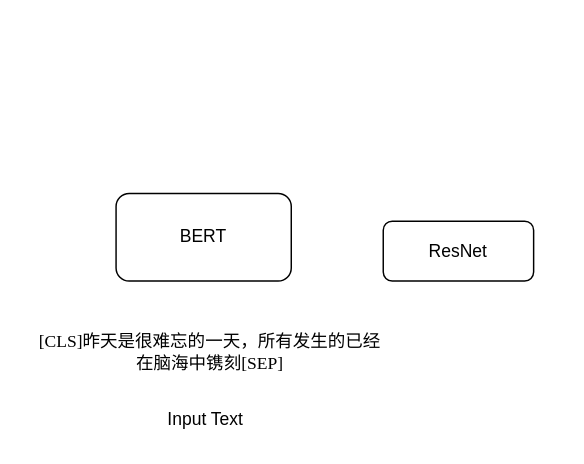
The draw.io diagram 模型架构图.drawio in WindSearcher/draw_reposity, before the edit. Source tidied: cells renumbered, new cells numbered last; positions are measured from the earlier drawing's top-left corner, leaving out a move shared by most shapes. Both pictures are drawn from the tidied source at 146%, with x=0, y=0 at pixel (25, 193). Pictures stored in the file or linked from it are replaced by grey dashed boxes.
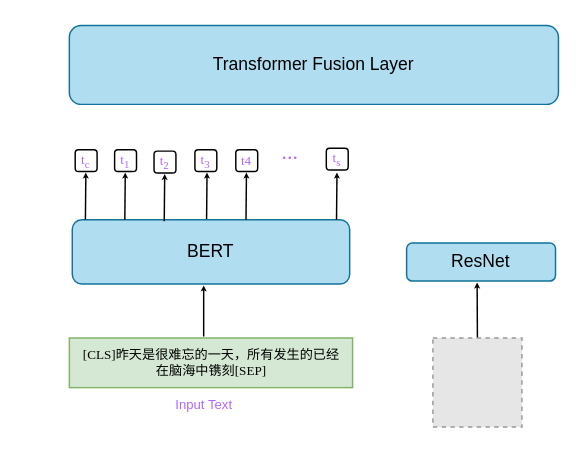
After the change.

Commit message:
模型架构图.drawio

Change to the diagram source:
```diff
@@
+    <mxCell id="6" style="edgeStyle=orthogonalEdgeStyle;rounded=0;jumpSize=1;orthogonalLoop=1;jettySize=auto;html=1;exitX=0.5;exitY=0;exitDx=0;exitDy=0;fontFamily=Times New Roman;fontSize=15;fontColor=#B266FF;startSize=1;endSize=1;" parent="1" edge="1">
+      <mxGeometry relative="1" as="geometry">
+        <mxPoint x="124" y="18" as="sourcePoint" />
+        <mxPoint x="124.3" y="-14.3" as="targetPoint" />
+      </mxGeometry>
+    </mxCell>
-    <mxCell id="2" value="BERT" style="rounded=1;whiteSpace=wrap;html=1;" parent="1" vertex="1">
-      <mxGeometry x="62" width="120" height="60" as="geometry" />
+    <mxCell id="2" value="BERT" style="rounded=1;whiteSpace=wrap;html=1;fillColor=#b1ddf0;strokeColor=#10739e;" parent="1" vertex="1">
+      <mxGeometry x="32" y="18" width="190" height="44" as="geometry" />
     </mxCell>
-    <mxCell id="3" value="ResNet" style="rounded=1;whiteSpace=wrap;html=1;" parent="1" vertex="1">
-      <mxGeometry x="245" y="19" width="103" height="41" as="geometry" />
+    <mxCell id="3" value="ResNet" style="rounded=1;whiteSpace=wrap;html=1;fillColor=#b1ddf0;strokeColor=#10739e;" parent="1" vertex="1">
+      <mxGeometry x="261" y="34" width="102" height="26" as="geometry" />
     </mxCell>
+    <mxCell id="7" style="edgeStyle=orthogonalEdgeStyle;rounded=0;orthogonalLoop=1;jettySize=auto;html=1;fontFamily=Times New Roman;fontSize=10;endSize=1;startSize=1;jumpSize=1;" parent="1" edge="1">
+      <mxGeometry relative="1" as="geometry">
+        <mxPoint x="122" y="98" as="sourcePoint" />
+        <mxPoint x="122" y="63" as="targetPoint" />
+      </mxGeometry>
+    </mxCell>
-    <mxCell id="4" value="&lt;div&gt;[CLS]昨天是很难忘的一天，所有发生的已经&lt;/div&gt;&lt;div&gt;在脑海中镌刻[SEP]&lt;/div&gt;" style="text;html=1;align=center;verticalAlign=middle;fillColor=none;strokeColor=none;rounded=0;fontFamily=Times New Roman;" parent="1" vertex="1">
-      <mxGeometry y="88" width="252" height="41" as="geometry" />
+    <mxCell id="4" value="&lt;div style=&quot;font-size: 9px;&quot;&gt;&lt;font style=&quot;font-size: 9px;&quot;&gt;[CLS]昨天是很难忘的一天，所有发生的已经&lt;/font&gt;&lt;/div&gt;&lt;div style=&quot;font-size: 9px;&quot;&gt;&lt;font style=&quot;font-size: 9px;&quot;&gt;在脑海中镌刻[SEP]&lt;/font&gt;&lt;/div&gt;" style="text;html=1;align=center;verticalAlign=middle;fillColor=#d5e8d4;strokeColor=#82b366;rounded=0;fontFamily=Times New Roman;fontSize=9;" parent="1" vertex="1">
+      <mxGeometry x="30" y="99" width="194" height="34" as="geometry" />
     </mxCell>
-    <mxCell id="5" value="Input Text" style="text;html=1;align=center;verticalAlign=middle;fillColor=none;strokeColor=none;rounded=0;" parent="1" vertex="1">
-      <mxGeometry x="88" y="142" width="69" height="26" as="geometry" />
+    <mxCell id="5" value="&lt;font style=&quot;font-size: 9px;&quot; color=&quot;#B266FF&quot;&gt;Input Text&lt;/font&gt;" style="text;html=1;align=center;verticalAlign=middle;fillColor=none;strokeColor=none;rounded=0;fontSize=10;" parent="1" vertex="1">
+      <mxGeometry x="92.5" y="132" width="59" height="24" as="geometry" />
     </mxCell>
+    <mxCell id="8" style="edgeStyle=orthogonalEdgeStyle;rounded=0;jettySize=auto;html=1;exitX=0.5;exitY=0;exitDx=0;exitDy=0;fontFamily=Times New Roman;fontSize=9;fontColor=#B266FF;endSize=1;startSize=1;jumpSize=1;" parent="1" edge="1" source="9">
+      <mxGeometry relative="1" as="geometry">
+        <mxPoint x="309.3" y="61" as="targetPoint" />
+      </mxGeometry>
+    </mxCell>
+    <mxCell id="9" style="fillColor=#E6E6E6;strokeColor=#999999;dashed=1;verticalLabelPosition=bottom;verticalAlign=top;fontFamily=Times New Roman;fontSize=9;fontColor=#B266FF;" parent="1" vertex="1">
+      <mxGeometry x="279" y="99" width="61" height="61" as="geometry" />
+    </mxCell>
+    <mxCell id="10" value="t&lt;sub&gt;c&lt;/sub&gt;" style="rounded=1;whiteSpace=wrap;html=1;fontFamily=Times New Roman;fontSize=9;fontColor=#B266FF;" parent="1" vertex="1">
+      <mxGeometry x="34" y="-30" width="15" height="15" as="geometry" />
+    </mxCell>
+    <mxCell id="11" value="t&lt;sub&gt;1&lt;/sub&gt;" style="rounded=1;whiteSpace=wrap;html=1;fontFamily=Times New Roman;fontSize=9;fontColor=#B266FF;" parent="1" vertex="1">
+      <mxGeometry x="61" y="-30" width="15" height="15" as="geometry" />
+    </mxCell>
+    <mxCell id="12" value="t&lt;sub&gt;2&lt;/sub&gt;" style="rounded=1;whiteSpace=wrap;html=1;fontFamily=Times New Roman;fontSize=9;fontColor=#B266FF;" parent="1" vertex="1">
+      <mxGeometry x="88" y="-29" width="15" height="15" as="geometry" />
+    </mxCell>
+    <mxCell id="13" value="t&lt;sub&gt;s&lt;/sub&gt;" style="rounded=1;whiteSpace=wrap;html=1;fontFamily=Times New Roman;fontSize=9;fontColor=#B266FF;" parent="1" vertex="1">
+      <mxGeometry x="206" y="-31" width="15" height="15" as="geometry" />
+    </mxCell>
+    <mxCell id="14" value="&lt;font style=&quot;font-size: 15px;&quot;&gt;...&lt;/font&gt;" style="text;html=1;align=center;verticalAlign=middle;fillColor=none;strokeColor=none;rounded=0;fontFamily=Times New Roman;fontSize=9;fontColor=#B266FF;" parent="1" vertex="1">
+      <mxGeometry x="166" y="-44" width="29" height="30" as="geometry" />
+    </mxCell>
+    <mxCell id="15" value="t&lt;sub&gt;3&lt;/sub&gt;" style="rounded=1;whiteSpace=wrap;html=1;fontFamily=Times New Roman;fontSize=9;fontColor=#B266FF;" parent="1" vertex="1">
+      <mxGeometry x="116" y="-30" width="15" height="15" as="geometry" />
+    </mxCell>
+    <mxCell id="16" value="t4" style="rounded=1;whiteSpace=wrap;html=1;fontFamily=Times New Roman;fontSize=9;fontColor=#B266FF;" parent="1" vertex="1">
+      <mxGeometry x="144" y="-30" width="15" height="15" as="geometry" />
+    </mxCell>
+    <mxCell id="17" style="edgeStyle=orthogonalEdgeStyle;rounded=0;jumpSize=1;orthogonalLoop=1;jettySize=auto;html=1;exitX=0.5;exitY=0;exitDx=0;exitDy=0;fontFamily=Times New Roman;fontSize=15;fontColor=#B266FF;startSize=1;endSize=1;" parent="1" edge="1">
+      <mxGeometry relative="1" as="geometry">
+        <mxPoint x="151" y="18" as="sourcePoint" />
+        <mxPoint x="151.3" y="-14.3" as="targetPoint" />
+      </mxGeometry>
+    </mxCell>
+    <mxCell id="18" style="edgeStyle=orthogonalEdgeStyle;rounded=0;jumpSize=1;orthogonalLoop=1;jettySize=auto;html=1;exitX=0.5;exitY=0;exitDx=0;exitDy=0;fontFamily=Times New Roman;fontSize=15;fontColor=#B266FF;startSize=1;endSize=1;" parent="1" edge="1">
+      <mxGeometry relative="1" as="geometry">
+        <mxPoint x="213" y="18" as="sourcePoint" />
+        <mxPoint x="213.3" y="-14.3" as="targetPoint" />
+      </mxGeometry>
+    </mxCell>
+    <mxCell id="19" style="edgeStyle=orthogonalEdgeStyle;jumpSize=1;orthogonalLoop=1;jettySize=auto;html=1;exitX=0.5;exitY=0;exitDx=0;exitDy=0;fontFamily=Times New Roman;fontSize=10;fontColor=#B266FF;startSize=1;endSize=1;rounded=0;" parent="1" edge="1">
+      <mxGeometry relative="1" as="geometry">
+        <mxPoint x="41" y="18" as="sourcePoint" />
+        <mxPoint x="41.3" y="-14.3" as="targetPoint" />
+      </mxGeometry>
+    </mxCell>
+    <mxCell id="20" style="edgeStyle=orthogonalEdgeStyle;rounded=0;jumpSize=1;orthogonalLoop=1;jettySize=auto;html=1;exitX=0.5;exitY=0;exitDx=0;exitDy=0;fontFamily=Times New Roman;fontSize=15;fontColor=#B266FF;startSize=1;endSize=1;" parent="1" edge="1">
+      <mxGeometry relative="1" as="geometry">
+        <mxPoint x="68" y="18" as="sourcePoint" />
+        <mxPoint x="68.3" y="-14.3" as="targetPoint" />
+      </mxGeometry>
+    </mxCell>
+    <mxCell id="21" style="edgeStyle=orthogonalEdgeStyle;rounded=0;jumpSize=1;orthogonalLoop=1;jettySize=auto;html=1;exitX=0.5;exitY=0;exitDx=0;exitDy=0;fontFamily=Times New Roman;fontSize=15;fontColor=#B266FF;startSize=1;endSize=1;" parent="1" edge="1">
+      <mxGeometry relative="1" as="geometry">
+        <mxPoint x="95" y="19" as="sourcePoint" />
+        <mxPoint x="95.3" y="-13.3" as="targetPoint" />
+      </mxGeometry>
+    </mxCell>
+    <mxCell id="22" value="Transformer Fusion Layer" style="rounded=1;whiteSpace=wrap;html=1;fillColor=#b1ddf0;strokeColor=#10739e;" parent="1" vertex="1">
+      <mxGeometry x="30" y="-115" width="335" height="54" as="geometry" />
+    </mxCell>
```
